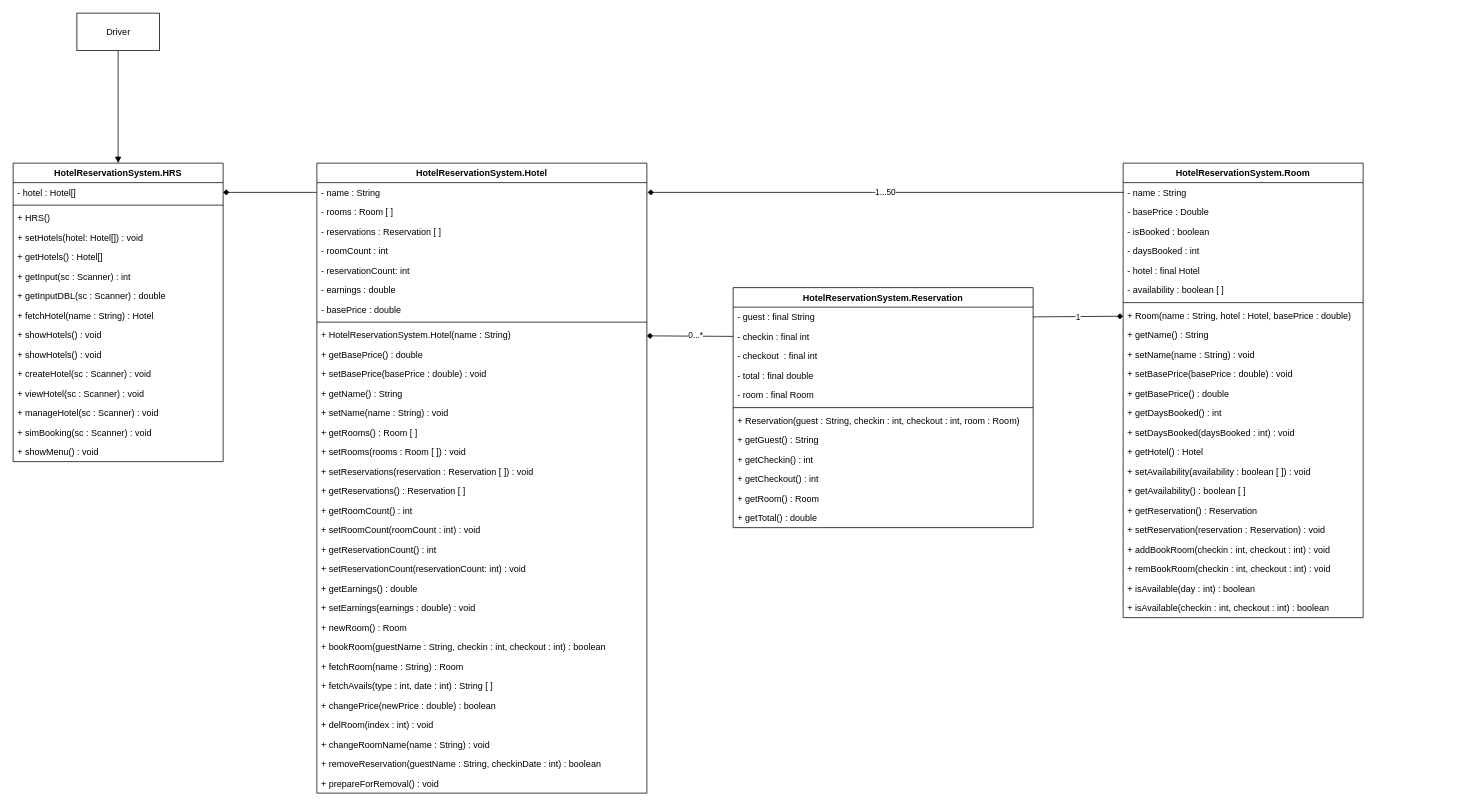
This is res/UML.drawio from zrygan/CCPROG3-MCOs, a draw.io file, before an edit. Source tidied: cells renumbered, new cells numbered last; positions are measured from the earlier drawing's top-left corner, leaving out a move shared by most shapes. Both pictures are drawn from the tidied source at 75%, with x=0, y=0 at pixel (13, 13).
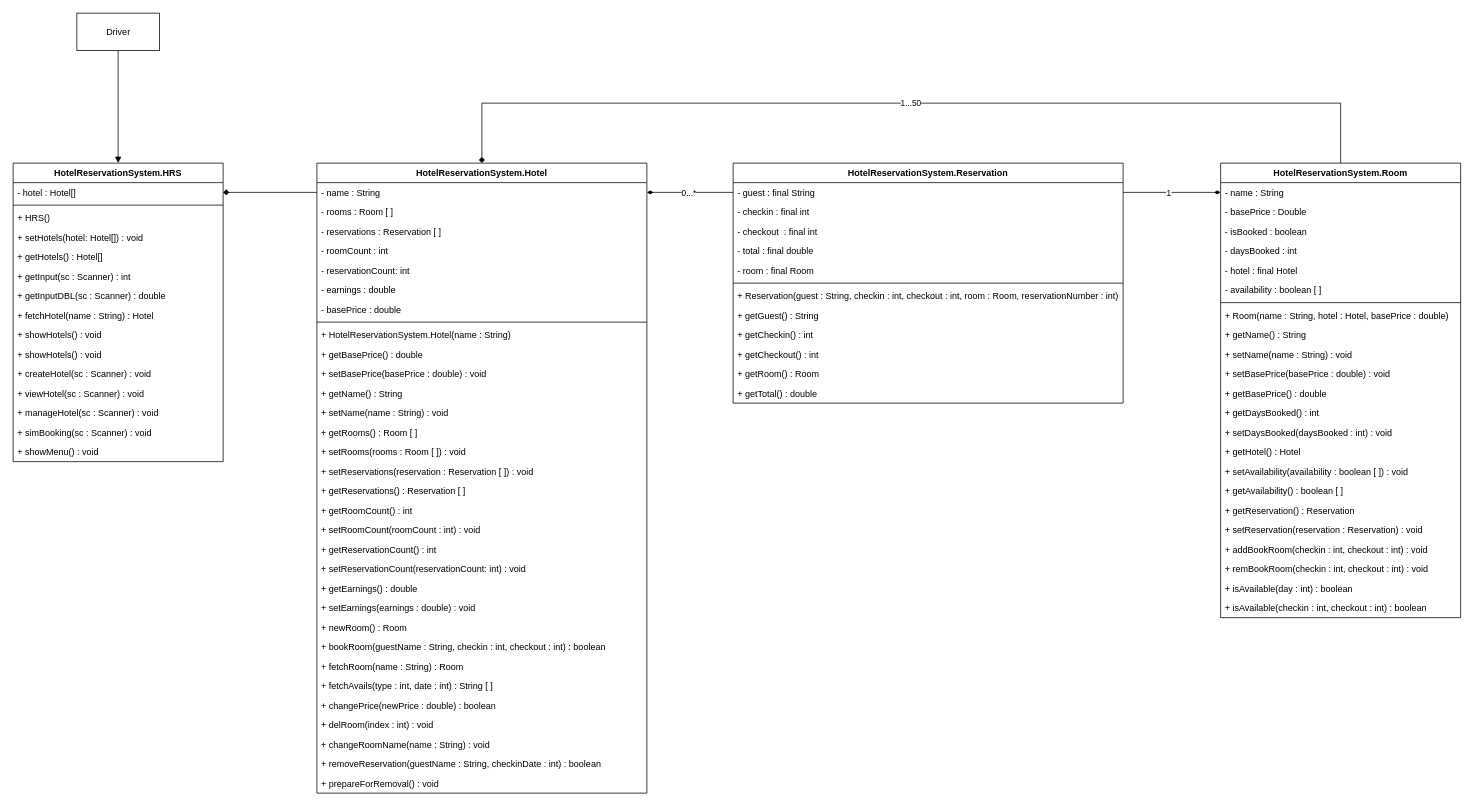
Above is the later version.

The change refers to these unchanged cells:
```xml
<mxCell id="2" value="HotelReservationSystem.Hotel" style="swimlane;fontStyle=1;align=center;verticalAlign=top;horizontal=1;startSize=26;" parent="1" vertex="1">
  <mxGeometry x="405" y="200" width="440" height="840" as="geometry" />
</mxCell>
<mxCell id="3" value="- name : String" style="text;strokeColor=none;fillColor=none;align=left;verticalAlign=top;spacingLeft=4;spacingRight=4;overflow=hidden;points=[[0,0.5],[1,0.5]];portConstraint=eastwest;" parent="2" vertex="1">
  <mxGeometry y="26" width="440" height="26" as="geometry" />
</mxCell>
<mxCell id="11" value="+ HotelReservationSystem.Hotel(name : String)" style="text;strokeColor=none;fillColor=none;align=left;verticalAlign=top;spacingLeft=4;spacingRight=4;overflow=hidden;points=[[0,0.5],[1,0.5]];portConstraint=eastwest;" parent="2" vertex="1">
  <mxGeometry y="216" width="440" height="26" as="geometry" />
</mxCell>
<mxCell id="36" value="- name : String" style="text;strokeColor=none;fillColor=none;align=left;verticalAlign=top;spacingLeft=4;spacingRight=4;overflow=hidden;points=[[0,0.5],[1,0.5]];portConstraint=eastwest;" parent="35" vertex="1">
  <mxGeometry y="26" width="320" height="26" as="geometry" />
</mxCell>
<mxCell id="43" value="+ Room(name : String, hotel : Hotel, basePrice : double)" style="text;strokeColor=none;fillColor=none;align=left;verticalAlign=top;spacingLeft=4;spacingRight=4;overflow=hidden;points=[[0,0.5],[1,0.5]];portConstraint=eastwest;" parent="35" vertex="1">
  <mxGeometry y="190" width="320" height="26" as="geometry" />
</mxCell>
```

The edit, as a diff of the source:
```diff
@@
     <mxCell id="35" value="HotelReservationSystem.Room" style="swimlane;fontStyle=1;align=center;verticalAlign=top;horizontal=1;startSize=26;" parent="1" vertex="1">
-      <mxGeometry x="1480" y="200" width="320" height="606" as="geometry" />
+      <mxGeometry x="1610" y="200" width="320" height="606" as="geometry" />
     </mxCell>
@@
     <mxCell id="59" value="HotelReservationSystem.Reservation" style="swimlane;fontStyle=1;align=center;verticalAlign=top;horizontal=1;startSize=26;" parent="1" vertex="1">
-      <mxGeometry x="960" y="366" width="400" height="320" as="geometry" />
+      <mxGeometry x="960" y="200" width="520" height="320" as="geometry" />
     </mxCell>
     <mxCell id="60" value="- guest : final String" style="text;strokeColor=none;fillColor=none;align=left;verticalAlign=top;spacingLeft=4;spacingRight=4;overflow=hidden;points=[[0,0.5],[1,0.5]];portConstraint=eastwest;" parent="59" vertex="1">
-      <mxGeometry y="26" width="400" height="26" as="geometry" />
+      <mxGeometry y="26" width="520" height="26" as="geometry" />
     </mxCell>
     <mxCell id="61" value="- checkin : final int" style="text;strokeColor=none;fillColor=none;align=left;verticalAlign=top;spacingLeft=4;spacingRight=4;overflow=hidden;points=[[0,0.5],[1,0.5]];portConstraint=eastwest;" parent="59" vertex="1">
-      <mxGeometry y="52" width="400" height="26" as="geometry" />
+      <mxGeometry y="52" width="520" height="26" as="geometry" />
     </mxCell>
     <mxCell id="62" value="- checkout  : final int" style="text;strokeColor=none;fillColor=none;align=left;verticalAlign=top;spacingLeft=4;spacingRight=4;overflow=hidden;" parent="59" vertex="1">
-      <mxGeometry y="78" width="400" height="26" as="geometry" />
+      <mxGeometry y="78" width="520" height="26" as="geometry" />
     </mxCell>
     <mxCell id="63" value="- total : final double" style="text;strokeColor=none;fillColor=none;align=left;verticalAlign=top;spacingLeft=4;spacingRight=4;overflow=hidden;" parent="59" vertex="1">
-      <mxGeometry y="104" width="400" height="26" as="geometry" />
+      <mxGeometry y="104" width="520" height="26" as="geometry" />
     </mxCell>
     <mxCell id="64" value="- room : final Room" style="text;strokeColor=none;fillColor=none;align=left;verticalAlign=top;spacingLeft=4;spacingRight=4;overflow=hidden;" parent="59" vertex="1">
-      <mxGeometry y="130" width="400" height="26" as="geometry" />
+      <mxGeometry y="130" width="520" height="26" as="geometry" />
     </mxCell>
     <mxCell id="65" style="line;strokeWidth=1;fillColor=none;align=left;verticalAlign=middle;spacingTop=-1;spacingLeft=3;spacingRight=3;labelPosition=right;strokeColor=inherit;" parent="59" vertex="1">
-      <mxGeometry y="156" width="400" height="8" as="geometry" />
+      <mxGeometry y="156" width="520" height="8" as="geometry" />
     </mxCell>
-    <mxCell id="66" value="+ Reservation(guest : String, checkin : int, checkout : int, room : Room)" style="text;strokeColor=none;fillColor=none;align=left;verticalAlign=top;spacingLeft=4;spacingRight=4;overflow=hidden;" parent="59" vertex="1">
-      <mxGeometry y="164" width="400" height="26" as="geometry" />
+    <mxCell id="66" value="+ Reservation(guest : String, checkin : int, checkout : int, room : Room, reservationNumber : int)" style="text;strokeColor=none;fillColor=none;align=left;verticalAlign=top;spacingLeft=4;spacingRight=4;overflow=hidden;" parent="59" vertex="1">
+      <mxGeometry y="164" width="520" height="26" as="geometry" />
     </mxCell>
     <mxCell id="67" value="+ getGuest() : String" style="text;strokeColor=none;fillColor=none;align=left;verticalAlign=top;spacingLeft=4;spacingRight=4;overflow=hidden;" parent="59" vertex="1">
-      <mxGeometry y="190" width="400" height="26" as="geometry" />
+      <mxGeometry y="190" width="520" height="26" as="geometry" />
     </mxCell>
     <mxCell id="68" value="+ getCheckin() : int" style="text;strokeColor=none;fillColor=none;align=left;verticalAlign=top;spacingLeft=4;spacingRight=4;overflow=hidden;" parent="59" vertex="1">
-      <mxGeometry y="216" width="400" height="26" as="geometry" />
+      <mxGeometry y="216" width="520" height="26" as="geometry" />
     </mxCell>
     <mxCell id="69" value="+ getCheckout() : int" style="text;strokeColor=none;fillColor=none;align=left;verticalAlign=top;spacingLeft=4;spacingRight=4;overflow=hidden;" parent="59" vertex="1">
-      <mxGeometry y="242" width="400" height="26" as="geometry" />
+      <mxGeometry y="242" width="520" height="26" as="geometry" />
     </mxCell>
     <mxCell id="70" value="+ getRoom() : Room" style="text;strokeColor=none;fillColor=none;align=left;verticalAlign=top;spacingLeft=4;spacingRight=4;overflow=hidden;" parent="59" vertex="1">
-      <mxGeometry y="268" width="400" height="26" as="geometry" />
+      <mxGeometry y="268" width="520" height="26" as="geometry" />
     </mxCell>
     <mxCell id="71" value="+ getTotal() : double" style="text;strokeColor=none;fillColor=none;align=left;verticalAlign=top;spacingLeft=4;spacingRight=4;overflow=hidden;" parent="59" vertex="1">
-      <mxGeometry y="294" width="400" height="26" as="geometry" />
+      <mxGeometry y="294" width="520" height="26" as="geometry" />
     </mxCell>
@@
-    <mxCell id="91" value="1...50" style="edgeStyle=none;html=1;exitX=0;exitY=0.5;exitDx=0;exitDy=0;endArrow=diamond;endFill=1;" parent="1" edge="1">
+    <mxCell id="91" value="1...50" style="edgeStyle=none;html=1;endArrow=diamond;endFill=1;entryX=0.5;entryY=0;entryDx=0;entryDy=0;rounded=0;" parent="1" edge="1" target="2">
       <mxGeometry relative="1" as="geometry">
-        <mxPoint x="1481" y="239" as="sourcePoint" />
-        <mxPoint x="846" y="239" as="targetPoint" />
+        <mxPoint x="1770" y="200" as="sourcePoint" />
+        <Array as="points">
+          <mxPoint x="1770" y="120" />
+          <mxPoint x="1230" y="120" />
+          <mxPoint x="625" y="120" />
+        </Array>
       </mxGeometry>
     </mxCell>
-    <mxCell id="92" style="edgeStyle=none;html=1;exitX=0;exitY=0.5;exitDx=0;exitDy=0;endArrow=diamond;endFill=1;" parent="1" edge="1" source="61" target="11">
-      <mxGeometry relative="1" as="geometry" />
-    </mxCell>
+    <mxCell id="96" style="edgeStyle=none;rounded=0;html=1;exitX=0;exitY=0.5;exitDx=0;exitDy=0;endArrow=diamondThin;endFill=1;" parent="1" edge="1" source="60" target="3">
+      <mxGeometry relative="1" as="geometry">
+        <Array as="points">
+          <mxPoint x="900" y="239" />
+        </Array>
+      </mxGeometry>
+    </mxCell>
-    <mxCell id="93" value="0...*" style="edgeLabel;html=1;align=center;verticalAlign=middle;" parent="92" vertex="1">
-      <mxGeometry x="-0.12" y="-1" relative="1" as="geometry" />
+    <mxCell id="93" value="0...*" style="edgeLabel;html=1;align=center;verticalAlign=middle;" parent="96" vertex="1">
+      <mxGeometry x="-0.19" y="-2" relative="1" as="geometry">
+        <mxPoint x="-13" y="2" as="offset" />
+      </mxGeometry>
     </mxCell>
-    <mxCell id="94" style="edgeStyle=none;html=1;exitX=1;exitY=0.5;exitDx=0;exitDy=0;endArrow=diamond;endFill=1;" parent="1" edge="1" source="60" target="43">
-      <mxGeometry relative="1" as="geometry" />
-    </mxCell>
+    <mxCell id="97" style="edgeStyle=none;rounded=0;html=1;exitX=1;exitY=0.5;exitDx=0;exitDy=0;endArrow=diamondThin;endFill=1;" parent="1" edge="1" source="60" target="36">
+      <mxGeometry relative="1" as="geometry" />
+    </mxCell>
-    <mxCell id="95" value="1" style="edgeLabel;html=1;align=center;verticalAlign=middle;" parent="94" vertex="1">
-      <mxGeometry x="-0.18" relative="1" as="geometry">
-        <mxPoint x="11" as="offset" />
+    <mxCell id="95" value="1" style="edgeLabel;html=1;align=center;verticalAlign=middle;" parent="97" vertex="1">
+      <mxGeometry x="0.26" relative="1" as="geometry">
+        <mxPoint x="-22" as="offset" />
       </mxGeometry>
     </mxCell>
```
